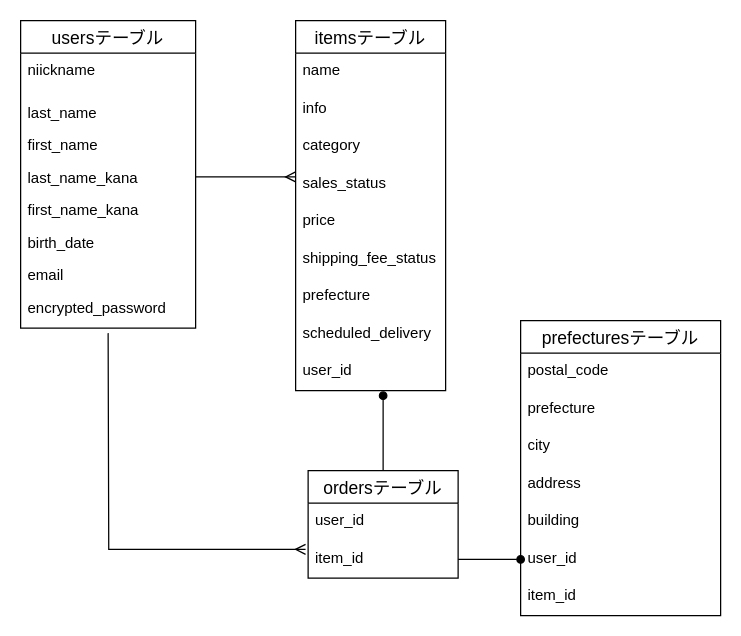
kim-shun/furima-35524 keeps this draw.io diagram as furima.dio. Above is the earlier version. Source tidied: cells renumbered, new cells numbered last; positions are measured from the earlier drawing's top-left corner, leaving out a move shared by most shapes. Both pictures are drawn from the tidied source at 125%, with x=0, y=0 at pixel (20, 20).
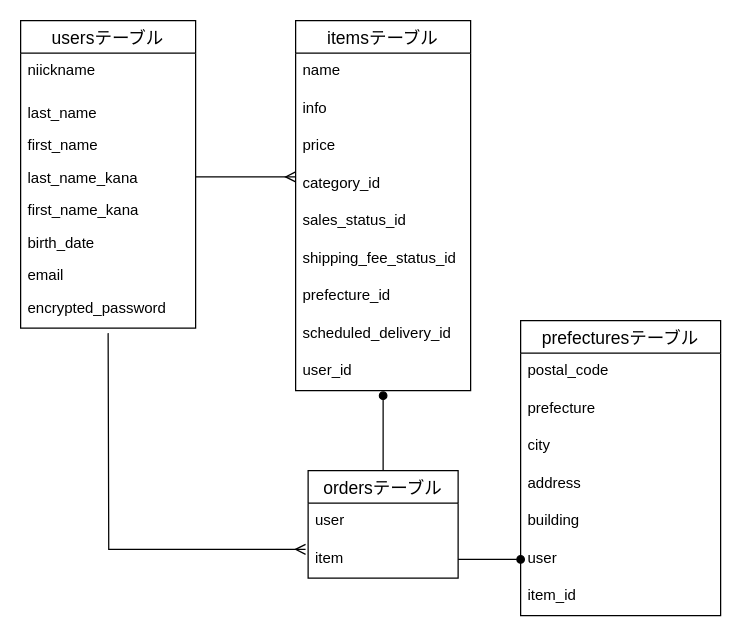
Above is the later version.

Commit message (it also covers changes not shown here):
ER図とREADMEの再修正

The change refers to these unchanged cells:
```xml
<mxCell id="22" value="ordersテーブル" style="swimlane;fontStyle=0;horizontal=1;startSize=26;align=center;fontSize=14;" parent="1" vertex="1">
  <mxGeometry x="230" y="360" width="120" height="86" as="geometry" />
</mxCell>
<mxCell id="25" value="prefecturesテーブル" style="swimlane;fontStyle=0;horizontal=1;startSize=26;align=center;fontSize=14;" parent="1" vertex="1">
  <mxGeometry x="400" y="240" width="160" height="236" as="geometry" />
</mxCell>
```

Change to the diagram source:
```diff
@@
     <mxCell id="11" value="itemsテーブル" style="swimlane;fontStyle=0;horizontal=1;startSize=26;align=center;fontSize=14;" parent="1" vertex="1">
-      <mxGeometry x="220" width="120" height="296" as="geometry" />
+      <mxGeometry x="220" width="140" height="296" as="geometry" />
     </mxCell>
     <mxCell id="12" value="name" style="text;strokeColor=none;fillColor=none;spacingLeft=4;spacingRight=4;overflow=hidden;fontSize=12;" parent="11" vertex="1">
-      <mxGeometry y="26" width="120" height="30" as="geometry" />
+      <mxGeometry y="26" width="140" height="30" as="geometry" />
     </mxCell>
+    <mxCell id="36" value="info" style="text;strokeColor=none;fillColor=none;spacingLeft=4;spacingRight=4;overflow=hidden;fontSize=12;" parent="11" vertex="1">
+      <mxGeometry y="56" width="140" height="30" as="geometry" />
+    </mxCell>
-    <mxCell id="13" value="info" style="text;strokeColor=none;fillColor=none;spacingLeft=4;spacingRight=4;overflow=hidden;fontSize=12;" parent="11" vertex="1">
-      <mxGeometry y="56" width="120" height="30" as="geometry" />
+    <mxCell id="13" value="price" style="text;strokeColor=none;fillColor=none;spacingLeft=4;spacingRight=4;overflow=hidden;fontSize=12;" parent="11" vertex="1">
+      <mxGeometry y="86" width="140" height="30" as="geometry" />
     </mxCell>
-    <mxCell id="14" value="category" style="text;strokeColor=none;fillColor=none;spacingLeft=4;spacingRight=4;overflow=hidden;fontSize=12;" parent="11" vertex="1">
-      <mxGeometry y="86" width="120" height="30" as="geometry" />
+    <mxCell id="14" value="category_id" style="text;strokeColor=none;fillColor=none;spacingLeft=4;spacingRight=4;overflow=hidden;fontSize=12;" parent="11" vertex="1">
+      <mxGeometry y="116" width="140" height="30" as="geometry" />
     </mxCell>
-    <mxCell id="15" value="sales_status" style="text;strokeColor=none;fillColor=none;spacingLeft=4;spacingRight=4;overflow=hidden;fontSize=12;" parent="11" vertex="1">
-      <mxGeometry y="116" width="120" height="30" as="geometry" />
+    <mxCell id="15" value="sales_status_id" style="text;strokeColor=none;fillColor=none;spacingLeft=4;spacingRight=4;overflow=hidden;fontSize=12;" parent="11" vertex="1">
+      <mxGeometry y="146" width="140" height="30" as="geometry" />
     </mxCell>
-    <mxCell id="16" value="price" style="text;strokeColor=none;fillColor=none;spacingLeft=4;spacingRight=4;overflow=hidden;fontSize=12;" parent="11" vertex="1">
-      <mxGeometry y="146" width="120" height="30" as="geometry" />
-    </mxCell>
-    <mxCell id="17" value="shipping_fee_status" style="text;strokeColor=none;fillColor=none;spacingLeft=4;spacingRight=4;overflow=hidden;fontSize=12;" parent="11" vertex="1">
-      <mxGeometry y="176" width="120" height="30" as="geometry" />
+    <mxCell id="17" value="shipping_fee_status_id" style="text;strokeColor=none;fillColor=none;spacingLeft=4;spacingRight=4;overflow=hidden;fontSize=12;" parent="11" vertex="1">
+      <mxGeometry y="176" width="140" height="30" as="geometry" />
     </mxCell>
-    <mxCell id="18" value="prefecture" style="text;strokeColor=none;fillColor=none;spacingLeft=4;spacingRight=4;overflow=hidden;fontSize=12;" parent="11" vertex="1">
-      <mxGeometry y="206" width="120" height="30" as="geometry" />
+    <mxCell id="18" value="prefecture_id" style="text;strokeColor=none;fillColor=none;spacingLeft=4;spacingRight=4;overflow=hidden;fontSize=12;" parent="11" vertex="1">
+      <mxGeometry y="206" width="140" height="30" as="geometry" />
     </mxCell>
-    <mxCell id="19" value="scheduled_delivery" style="text;strokeColor=none;fillColor=none;spacingLeft=4;spacingRight=4;overflow=hidden;fontSize=12;" parent="11" vertex="1">
-      <mxGeometry y="236" width="120" height="30" as="geometry" />
+    <mxCell id="19" value="scheduled_delivery_id" style="text;strokeColor=none;fillColor=none;spacingLeft=4;spacingRight=4;overflow=hidden;fontSize=12;" parent="11" vertex="1">
+      <mxGeometry y="236" width="140" height="30" as="geometry" />
     </mxCell>
     <mxCell id="20" value="user_id" style="text;strokeColor=none;fillColor=none;spacingLeft=4;spacingRight=4;overflow=hidden;fontSize=12;" parent="11" vertex="1">
-      <mxGeometry y="266" width="120" height="30" as="geometry" />
+      <mxGeometry y="266" width="140" height="30" as="geometry" />
     </mxCell>
@@
-    <mxCell id="23" value="user_id" style="text;strokeColor=none;fillColor=none;spacingLeft=4;spacingRight=4;overflow=hidden;fontSize=12;" parent="22" vertex="1">
+    <mxCell id="23" value="user" style="text;strokeColor=none;fillColor=none;spacingLeft=4;spacingRight=4;overflow=hidden;fontSize=12;" parent="22" vertex="1">
       <mxGeometry y="26" width="120" height="30" as="geometry" />
     </mxCell>
-    <mxCell id="24" value="item_id" style="text;strokeColor=none;fillColor=none;spacingLeft=4;spacingRight=4;overflow=hidden;points=[[0,0.5],[1,0.5]];portConstraint=eastwest;fontSize=12;" parent="22" vertex="1">
+    <mxCell id="24" value="item" style="text;strokeColor=none;fillColor=none;spacingLeft=4;spacingRight=4;overflow=hidden;points=[[0,0.5],[1,0.5]];portConstraint=eastwest;fontSize=12;" parent="22" vertex="1">
       <mxGeometry y="56" width="120" height="30" as="geometry" />
     </mxCell>
@@
-    <mxCell id="31" value="user_id" style="text;strokeColor=none;fillColor=none;spacingLeft=4;spacingRight=4;overflow=hidden;points=[[0,0.5],[1,0.5]];portConstraint=eastwest;fontSize=12;" parent="25" vertex="1">
+    <mxCell id="31" value="user" style="text;strokeColor=none;fillColor=none;spacingLeft=4;spacingRight=4;overflow=hidden;points=[[0,0.5],[1,0.5]];portConstraint=eastwest;fontSize=12;" parent="25" vertex="1">
       <mxGeometry y="176" width="160" height="30" as="geometry" />
     </mxCell>
```
